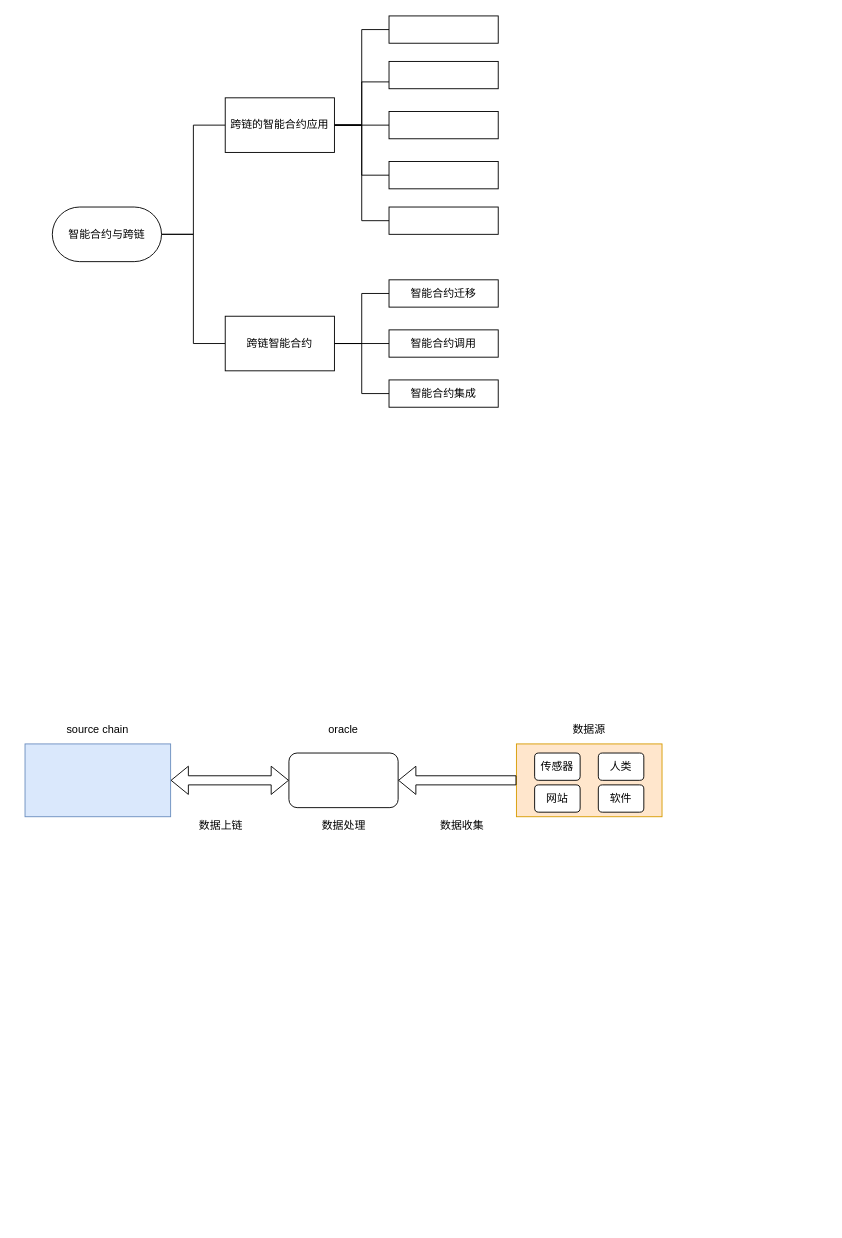
Above: 未命名绘图.drawio in hzhdl/crosschain_SC (draw.io), before the change. Source tidied: cells renumbered, new cells numbered last; positions are measured from the earlier drawing's top-left corner, leaving out a move shared by most shapes. Both pictures are drawn from the tidied source at 91%, with x=0, y=0 at pixel (25, 15).
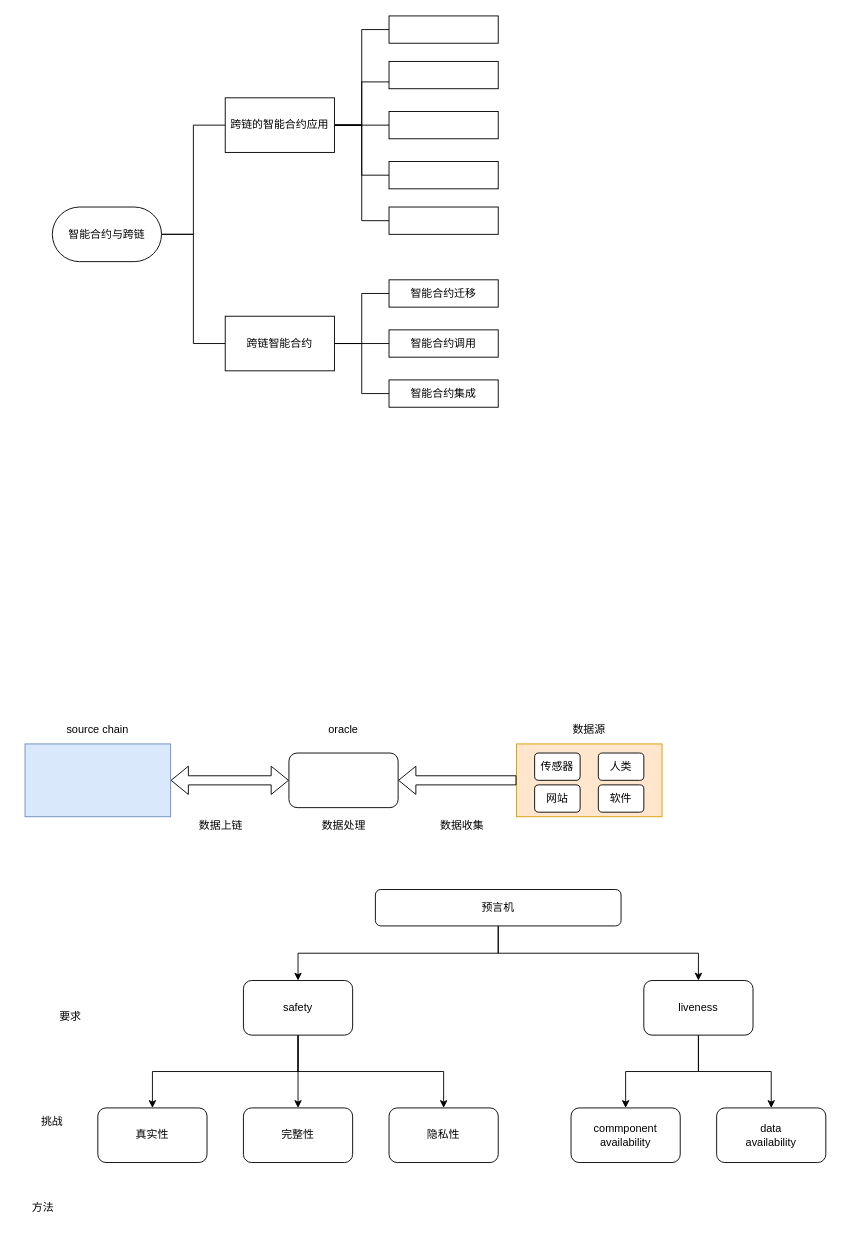
The same diagram, later.

Commit message:
更新未命名绘图.drawio

Change to the diagram source:
```diff
@@
+    <mxCell id="38" style="edgeStyle=orthogonalEdgeStyle;rounded=0;jettySize=auto;html=1;exitX=0.5;exitY=1;exitDx=0;exitDy=0;" parent="1" edge="1" source="40" target="44">
+      <mxGeometry relative="1" as="geometry" />
+    </mxCell>
+    <mxCell id="39" style="edgeStyle=orthogonalEdgeStyle;rounded=0;jettySize=auto;html=1;entryX=0.5;entryY=0;entryDx=0;entryDy=0;exitX=0.5;exitY=1;exitDx=0;exitDy=0;" parent="1" edge="1" source="40" target="47">
+      <mxGeometry relative="1" as="geometry" />
+    </mxCell>
+    <mxCell id="40" value="预言机" style="rounded=1;whiteSpace=wrap;html=1;" parent="1" vertex="1">
+      <mxGeometry x="385" y="960" width="270" height="40" as="geometry" />
+    </mxCell>
+    <mxCell id="41" style="edgeStyle=orthogonalEdgeStyle;rounded=0;jettySize=auto;html=1;entryX=0.5;entryY=0;entryDx=0;entryDy=0;" parent="1" edge="1" source="44" target="52">
+      <mxGeometry relative="1" as="geometry" />
+    </mxCell>
+    <mxCell id="42" style="edgeStyle=orthogonalEdgeStyle;rounded=0;jettySize=auto;html=1;entryX=0.5;entryY=0;entryDx=0;entryDy=0;exitX=0.5;exitY=1;exitDx=0;exitDy=0;" parent="1" edge="1" source="44" target="48">
+      <mxGeometry relative="1" as="geometry" />
+    </mxCell>
+    <mxCell id="43" style="edgeStyle=orthogonalEdgeStyle;rounded=0;jettySize=auto;html=1;entryX=0.5;entryY=0;entryDx=0;entryDy=0;exitX=0.5;exitY=1;exitDx=0;exitDy=0;" parent="1" edge="1" source="44" target="51">
+      <mxGeometry relative="1" as="geometry" />
+    </mxCell>
+    <mxCell id="44" value="safety" style="whiteSpace=wrap;html=1;rounded=1;" parent="1" vertex="1">
+      <mxGeometry x="240" y="1060" width="120" height="60" as="geometry" />
+    </mxCell>
+    <mxCell id="45" style="edgeStyle=orthogonalEdgeStyle;rounded=0;jettySize=auto;html=1;entryX=0.5;entryY=0;entryDx=0;entryDy=0;" parent="1" edge="1" source="47" target="49">
+      <mxGeometry relative="1" as="geometry" />
+    </mxCell>
+    <mxCell id="46" style="edgeStyle=orthogonalEdgeStyle;rounded=0;jettySize=auto;html=1;entryX=0.5;entryY=0;entryDx=0;entryDy=0;exitX=0.5;exitY=1;exitDx=0;exitDy=0;" parent="1" edge="1" source="47" target="50">
+      <mxGeometry relative="1" as="geometry" />
+    </mxCell>
+    <mxCell id="47" value="liveness" style="whiteSpace=wrap;html=1;rounded=1;" parent="1" vertex="1">
+      <mxGeometry x="680" y="1060" width="120" height="60" as="geometry" />
+    </mxCell>
+    <mxCell id="48" value="隐私性" style="whiteSpace=wrap;html=1;rounded=1;" parent="1" vertex="1">
+      <mxGeometry x="400" y="1200" width="120" height="60" as="geometry" />
+    </mxCell>
+    <mxCell id="49" value="commponent&lt;br&gt;availability" style="whiteSpace=wrap;html=1;rounded=1;" parent="1" vertex="1">
+      <mxGeometry x="600" y="1200" width="120" height="60" as="geometry" />
+    </mxCell>
+    <mxCell id="50" value="data&lt;br&gt;availability" style="whiteSpace=wrap;html=1;rounded=1;" parent="1" vertex="1">
+      <mxGeometry x="760" y="1200" width="120" height="60" as="geometry" />
+    </mxCell>
+    <mxCell id="51" value="真实性" style="whiteSpace=wrap;html=1;rounded=1;" parent="1" vertex="1">
+      <mxGeometry x="80" y="1200" width="120" height="60" as="geometry" />
+    </mxCell>
+    <mxCell id="52" value="完整性" style="whiteSpace=wrap;html=1;rounded=1;" parent="1" vertex="1">
+      <mxGeometry x="240" y="1200" width="120" height="60" as="geometry" />
+    </mxCell>
+    <mxCell id="53" value="要求" style="text;html=1;strokeColor=none;fillColor=none;align=center;verticalAlign=middle;whiteSpace=wrap;rounded=0;" parent="1" vertex="1">
+      <mxGeometry x="20" y="1085" width="60" height="30" as="geometry" />
+    </mxCell>
+    <mxCell id="54" value="挑战" style="text;html=1;strokeColor=none;fillColor=none;align=center;verticalAlign=middle;whiteSpace=wrap;rounded=0;" parent="1" vertex="1">
+      <mxGeometry y="1200" width="60" height="30" as="geometry" />
+    </mxCell>
+    <mxCell id="55" value="方法" style="text;html=1;strokeColor=none;fillColor=none;align=center;verticalAlign=middle;whiteSpace=wrap;rounded=0;" parent="1" vertex="1">
+      <mxGeometry x="-10" y="1295" width="60" height="30" as="geometry" />
+    </mxCell>
```
